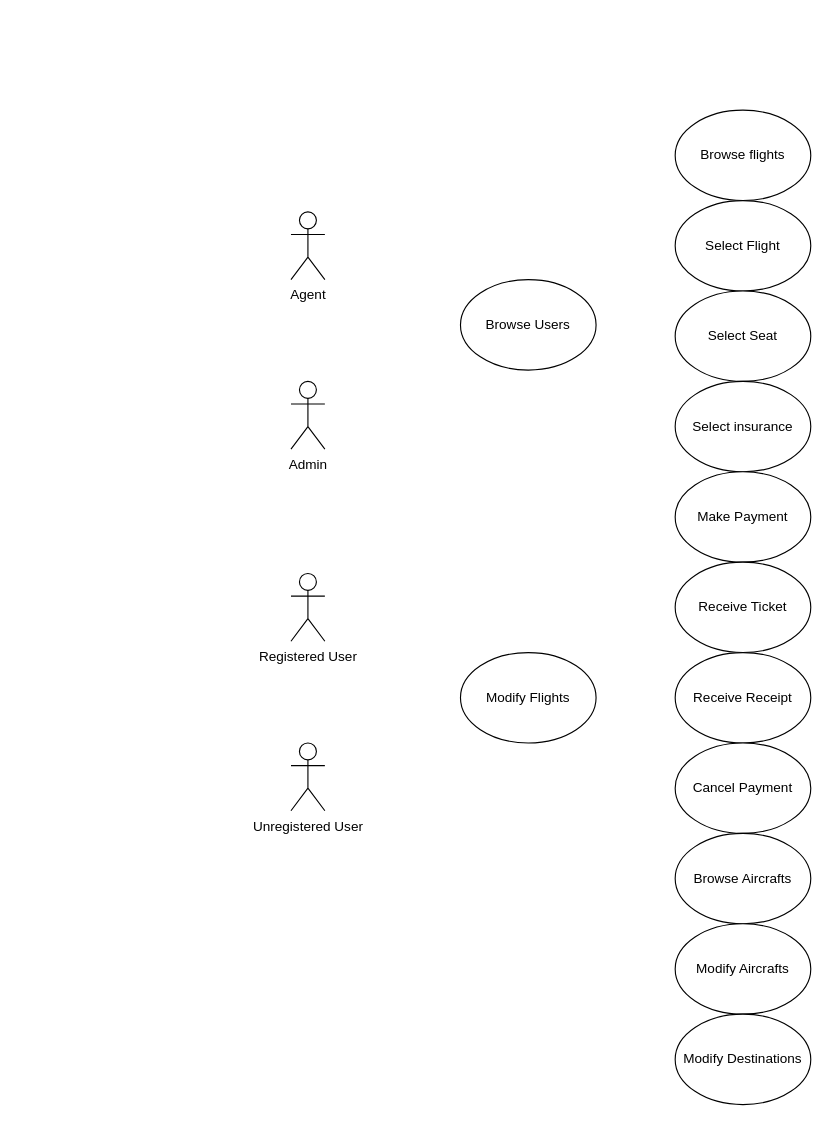
Above: use_case_diagram.drawio in Not-Nimna/flight_reservation (draw.io), before the change. Source tidied: cells renumbered, new cells numbered last; positions are measured from the earlier drawing's top-left corner, leaving out a move shared by most shapes. Both pictures are drawn from the tidied source at 113%, with x=0, y=0 at pixel (290, 110).
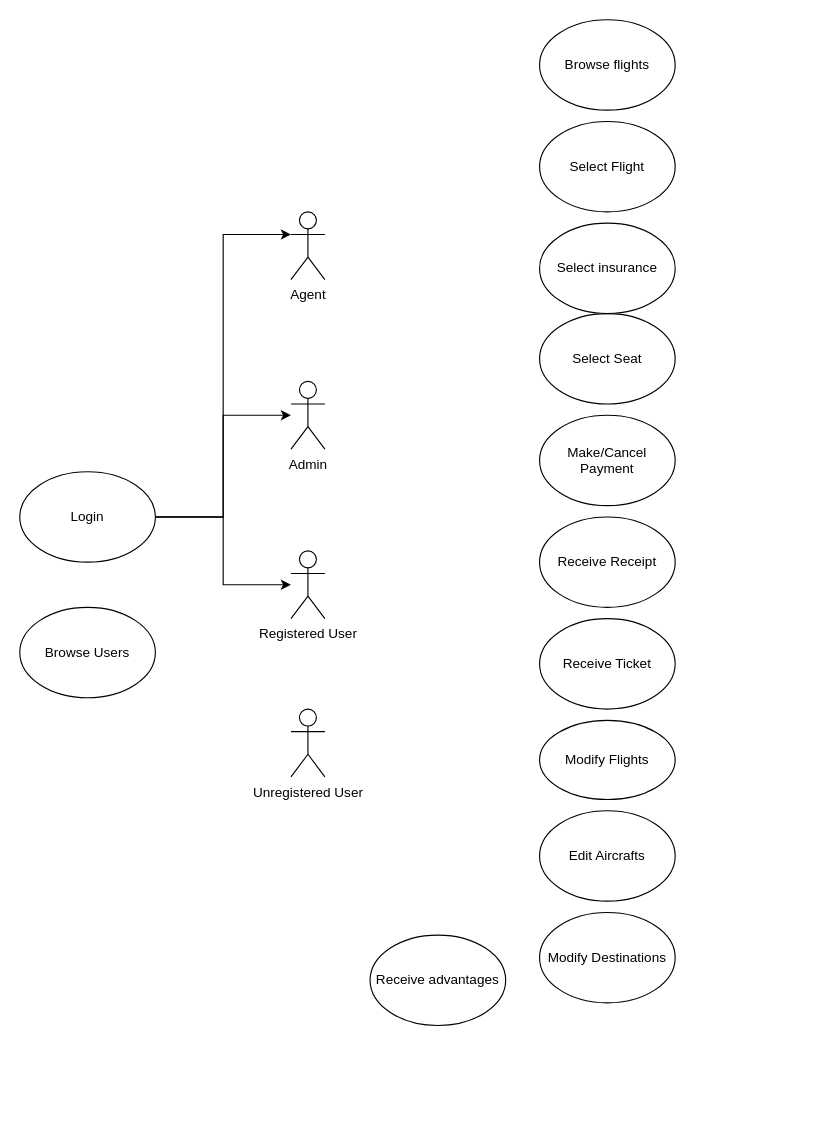
The same diagram, later.

The change refers to these unchanged cells:
```xml
<mxCell id="4" value="Admin" style="shape=umlActor;verticalLabelPosition=bottom;verticalAlign=top;html=1;outlineConnect=0;" parent="1" vertex="1">
  <mxGeometry y="240" width="30" height="60" as="geometry" />
</mxCell>
<mxCell id="7" value="Agent" style="shape=umlActor;verticalLabelPosition=bottom;verticalAlign=top;html=1;outlineConnect=0;" parent="1" vertex="1">
  <mxGeometry y="90" width="30" height="60" as="geometry" />
</mxCell>
```

The edit, as a diff of the source:
```diff
@@
     <mxCell id="2" value="Browse flights" style="ellipse;whiteSpace=wrap;html=1;" parent="1" vertex="1">
-      <mxGeometry x="340" width="120" height="80" as="geometry" />
+      <mxGeometry x="220" y="-80" width="120" height="80" as="geometry" />
     </mxCell>
     <mxCell id="3" value="Select Flight" style="ellipse;whiteSpace=wrap;html=1;" parent="1" vertex="1">
-      <mxGeometry x="340" y="80" width="120" height="80" as="geometry" />
+      <mxGeometry x="220" y="10" width="120" height="80" as="geometry" />
     </mxCell>
@@
     <mxCell id="5" value="Registered User" style="shape=umlActor;verticalLabelPosition=bottom;verticalAlign=top;html=1;outlineConnect=0;" parent="1" vertex="1">
-      <mxGeometry y="410" width="30" height="60" as="geometry" />
+      <mxGeometry y="390" width="30" height="60" as="geometry" />
     </mxCell>
     <mxCell id="6" value="Unregistered User" style="shape=umlActor;verticalLabelPosition=bottom;verticalAlign=top;html=1;" parent="1" vertex="1">
-      <mxGeometry y="560" width="30" height="60" as="geometry" />
+      <mxGeometry y="530" width="30" height="60" as="geometry" />
     </mxCell>
@@
     <mxCell id="8" value="Select Seat" style="ellipse;whiteSpace=wrap;html=1;" parent="1" vertex="1">
-      <mxGeometry x="340" y="160" width="120" height="80" as="geometry" />
+      <mxGeometry x="220" y="180" width="120" height="80" as="geometry" />
     </mxCell>
     <mxCell id="9" value="Select insurance" style="ellipse;whiteSpace=wrap;html=1;" parent="1" vertex="1">
-      <mxGeometry x="340" y="240" width="120" height="80" as="geometry" />
+      <mxGeometry x="220" y="100" width="120" height="80" as="geometry" />
     </mxCell>
-    <mxCell id="10" value="Make Payment" style="ellipse;whiteSpace=wrap;html=1;" parent="1" vertex="1">
-      <mxGeometry x="340" y="320" width="120" height="80" as="geometry" />
+    <mxCell id="10" value="Make/Cancel Payment" style="ellipse;whiteSpace=wrap;html=1;" parent="1" vertex="1">
+      <mxGeometry x="220" y="270" width="120" height="80" as="geometry" />
     </mxCell>
     <mxCell id="11" value="Receive Ticket" style="ellipse;whiteSpace=wrap;html=1;" parent="1" vertex="1">
-      <mxGeometry x="340" y="400" width="120" height="80" as="geometry" />
+      <mxGeometry x="220" y="450" width="120" height="80" as="geometry" />
     </mxCell>
     <mxCell id="12" value="Receive Receipt" style="ellipse;whiteSpace=wrap;html=1;" parent="1" vertex="1">
-      <mxGeometry x="340" y="480" width="120" height="80" as="geometry" />
+      <mxGeometry x="220" y="360" width="120" height="80" as="geometry" />
     </mxCell>
-    <mxCell id="13" value="Cancel Payment" style="ellipse;whiteSpace=wrap;html=1;" parent="1" vertex="1">
-      <mxGeometry x="340" y="560" width="120" height="80" as="geometry" />
-    </mxCell>
-    <mxCell id="14" value="Browse Aircrafts" style="ellipse;whiteSpace=wrap;html=1;" parent="1" vertex="1">
-      <mxGeometry x="340" y="640" width="120" height="80" as="geometry" />
+    <mxCell id="14" value="Edit Aircrafts" style="ellipse;whiteSpace=wrap;html=1;" parent="1" vertex="1">
+      <mxGeometry x="220" y="620" width="120" height="80" as="geometry" />
     </mxCell>
-    <mxCell id="15" value="Modify Aircrafts" style="ellipse;whiteSpace=wrap;html=1;" parent="1" vertex="1">
-      <mxGeometry x="340" y="720" width="120" height="80" as="geometry" />
-    </mxCell>
     <mxCell id="16" value="Modify Destinations" style="ellipse;whiteSpace=wrap;html=1;" parent="1" vertex="1">
-      <mxGeometry x="340" y="800" width="120" height="80" as="geometry" />
+      <mxGeometry x="220" y="710" width="120" height="80" as="geometry" />
     </mxCell>
     <mxCell id="17" value="Modify Flights" style="ellipse;whiteSpace=wrap;html=1;" parent="1" vertex="1">
-      <mxGeometry x="150" y="480" width="120" height="80" as="geometry" />
+      <mxGeometry x="220" y="540" width="120" height="70" as="geometry" />
     </mxCell>
     <mxCell id="18" value="Browse Users" style="ellipse;whiteSpace=wrap;html=1;" parent="1" vertex="1">
-      <mxGeometry x="150" y="150" width="120" height="80" as="geometry" />
+      <mxGeometry x="-240" y="440" width="120" height="80" as="geometry" />
     </mxCell>
+    <mxCell id="19" style="edgeStyle=orthogonalEdgeStyle;rounded=0;jettySize=auto;html=1;" parent="1" edge="1" source="21" target="4">
+      <mxGeometry relative="1" as="geometry">
+        <Array as="points">
+          <mxPoint x="-60" y="360" />
+          <mxPoint x="-60" y="270" />
+        </Array>
+      </mxGeometry>
+    </mxCell>
+    <mxCell id="20" style="edgeStyle=orthogonalEdgeStyle;rounded=0;jettySize=auto;html=1;" parent="1" edge="1" source="21" target="5">
+      <mxGeometry relative="1" as="geometry" />
+    </mxCell>
+    <mxCell id="21" value="Login" style="ellipse;whiteSpace=wrap;html=1;" parent="1" vertex="1">
+      <mxGeometry x="-240" y="320" width="120" height="80" as="geometry" />
+    </mxCell>
+    <mxCell id="22" style="edgeStyle=orthogonalEdgeStyle;rounded=0;jettySize=auto;html=1;entryX=0;entryY=0.3333333333333333;entryDx=0;entryDy=0;entryPerimeter=0;" parent="1" edge="1" source="21" target="7">
+      <mxGeometry relative="1" as="geometry" />
+    </mxCell>
+    <mxCell id="23" value="Receive advantages" style="ellipse;whiteSpace=wrap;html=1;" parent="1" vertex="1">
+      <mxGeometry x="70" y="730" width="120" height="80" as="geometry" />
+    </mxCell>
```
